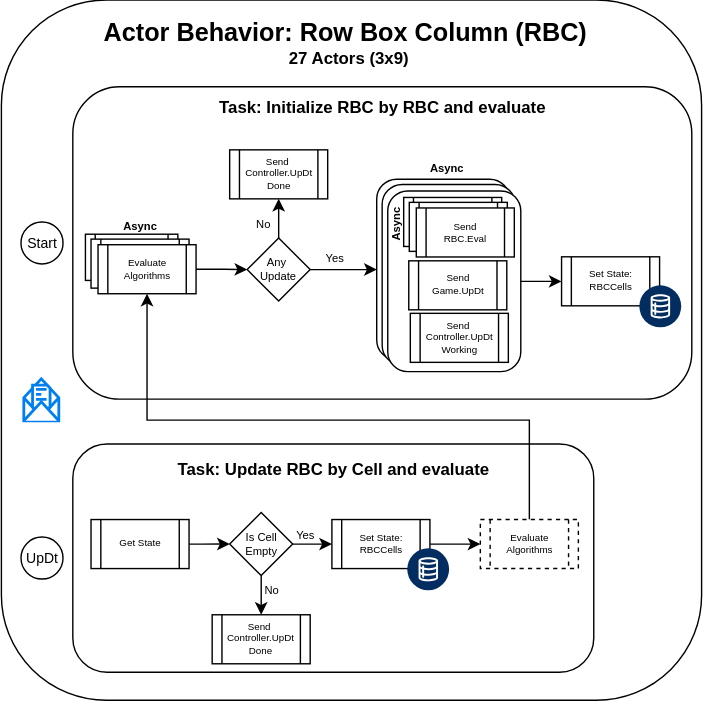
The draw.io diagram docs/diagrams/RBCActor.svg in sunlao/py_sudoku_solver, before a commit. Source tidied: cells renumbered, new cells last; positions are measured from the earlier drawing's top-left corner, leaving out a move shared by most shapes.
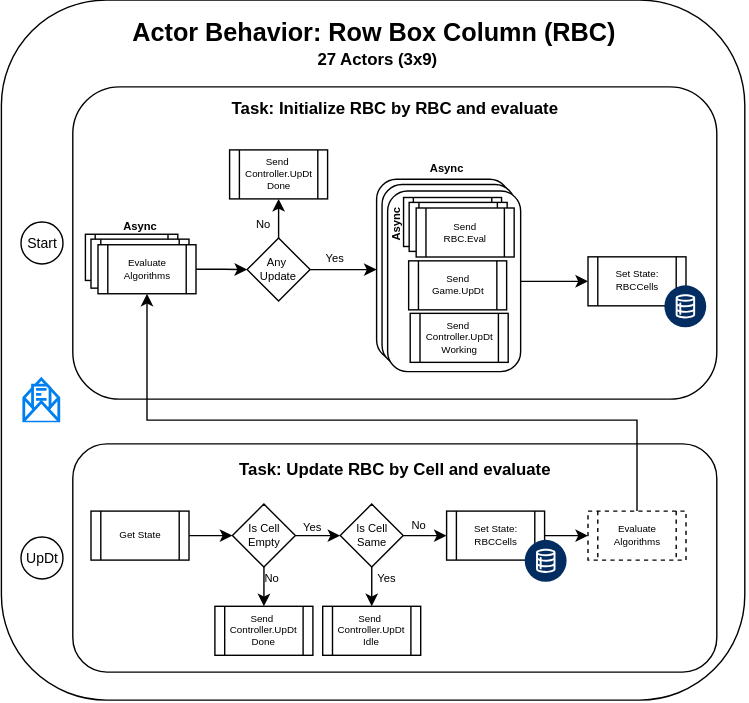
Later version of the same file.

The edit, as a diff of the source:
```diff
@@ -3,13 +3,13 @@
     <mxCell id="0" />
     <mxCell id="1" parent="0" />
     <mxCell id="2" style="rounded=1;whiteSpace=wrap;html=1;" parent="1" vertex="1">
-      <mxGeometry width="500" height="500" as="geometry" />
+      <mxGeometry width="531" height="500" as="geometry" />
     </mxCell>
     <mxCell id="3" style="rounded=1;whiteSpace=wrap;html=1;" parent="1" vertex="1">
-      <mxGeometry x="51" y="317" width="372" height="163" as="geometry" />
+      <mxGeometry x="51" y="317" width="460" height="163" as="geometry" />
     </mxCell>
     <mxCell id="4" style="rounded=1;whiteSpace=wrap;html=1;" parent="1" vertex="1">
-      <mxGeometry x="51" y="62" width="442" height="223" as="geometry" />
+      <mxGeometry x="51" y="62" width="460" height="223" as="geometry" />
     </mxCell>
     <mxCell id="5" style="rounded=1;whiteSpace=wrap;html=1;" parent="1" vertex="1">
       <mxGeometry x="268" y="128" width="95" height="129" as="geometry" />
@@ -48,13 +48,13 @@
       <mxGeometry x="272" y="154" width="20" height="12.5" as="geometry" />
     </mxCell>
     <mxCell id="17" value="Set State:&lt;div&gt;&lt;span style=&quot;background-color: transparent; color: light-dark(rgb(0, 0, 0), rgb(255, 255, 255));&quot;&gt;RBCCells&lt;/span&gt;&lt;/div&gt;" style="shape=process;whiteSpace=wrap;html=1;backgroundOutline=1;fontSize=7;" parent="1" vertex="1">
-      <mxGeometry x="400" y="183.4" width="70" height="35" as="geometry" />
+      <mxGeometry x="419" y="183.4" width="70" height="35" as="geometry" />
     </mxCell>
     <mxCell id="18" value="Send&amp;nbsp;&lt;div&gt;Controller.UpDt&lt;/div&gt;&lt;div&gt;Done&lt;/div&gt;" style="shape=process;whiteSpace=wrap;html=1;backgroundOutline=1;fontSize=7;" parent="1" vertex="1">
       <mxGeometry x="163" y="107" width="70" height="35" as="geometry" />
     </mxCell>
     <mxCell id="19" style="verticalLabelPosition=bottom;html=1;shape=mxgraph.salesforce.data2;fillColorStyles=fillColor2,fillColor3;fillColor2=#032d60;fillColor3=#ffffff;fillColor=none;strokeColor=none;" parent="1" vertex="1">
-      <mxGeometry x="456" y="204.2" width="30" height="30" as="geometry" />
+      <mxGeometry x="474" y="204.2" width="30" height="30" as="geometry" />
     </mxCell>
     <mxCell id="20" value="Yes" style="text;html=1;whiteSpace=wrap;strokeColor=none;fillColor=none;align=center;verticalAlign=middle;rounded=0;fontSize=8;" parent="1" vertex="1">
       <mxGeometry x="228.6" y="178.5" width="20" height="12.5" as="geometry" />
@@ -63,10 +63,10 @@
       <mxGeometry x="177.6" y="154" width="20" height="12.5" as="geometry" />
     </mxCell>
     <mxCell id="22" value="Actor Behavior: Row Box Column (RBC)&amp;nbsp;" style="text;html=1;whiteSpace=wrap;strokeColor=none;fillColor=none;align=center;verticalAlign=middle;rounded=0;fontStyle=1;fontSize=18;" parent="1" vertex="1">
-      <mxGeometry x="3" y="10" width="490" height="27" as="geometry" />
+      <mxGeometry x="3" y="10" width="531" height="27" as="geometry" />
     </mxCell>
     <mxCell id="23" value="27 Actors (3x9)" style="text;html=1;whiteSpace=wrap;strokeColor=none;fillColor=none;align=center;verticalAlign=middle;rounded=0;fontStyle=1;fontSize=12;" parent="1" vertex="1">
-      <mxGeometry x="3" y="29" width="490" height="27" as="geometry" />
+      <mxGeometry x="3" y="29" width="531" height="27" as="geometry" />
     </mxCell>
     <mxCell id="24" value="Async" style="text;html=1;whiteSpace=wrap;strokeColor=none;fillColor=none;align=center;verticalAlign=middle;rounded=0;fontSize=8;fontStyle=1;" parent="1" vertex="1">
       <mxGeometry x="89" y="155.5" width="20" height="12.5" as="geometry" />
@@ -98,25 +98,25 @@
     <mxCell id="33" value="UpDt" style="ellipse;whiteSpace=wrap;html=1;fontSize=10;" parent="1" vertex="1">
       <mxGeometry x="14" y="383.5" width="30" height="30" as="geometry" />
     </mxCell>
-    <mxCell id="34" style="edgeStyle=orthogonalEdgeStyle;rounded=0;jettySize=auto;html=1;" parent="1" edge="1" source="36" target="41">
+    <mxCell id="34" style="edgeStyle=orthogonalEdgeStyle;rounded=0;jettySize=auto;html=1;" parent="1" edge="1" source="51" target="41">
       <mxGeometry relative="1" as="geometry" />
     </mxCell>
     <mxCell id="35" style="edgeStyle=orthogonalEdgeStyle;rounded=0;jettySize=auto;html=1;entryX=0.5;entryY=0;entryDx=0;entryDy=0;" parent="1" edge="1" source="36" target="42">
       <mxGeometry relative="1" as="geometry" />
     </mxCell>
     <mxCell id="36" value="Is Cell Empty" style="rhombus;whiteSpace=wrap;html=1;fontSize=8;" parent="1" vertex="1">
-      <mxGeometry x="163" y="366" width="45" height="45" as="geometry" />
+      <mxGeometry x="165" y="360" width="45" height="45" as="geometry" />
     </mxCell>
     <mxCell id="37" style="edgeStyle=orthogonalEdgeStyle;rounded=0;jettySize=auto;html=1;entryX=0;entryY=0.5;entryDx=0;entryDy=0;" parent="1" edge="1" source="38" target="36">
       <mxGeometry relative="1" as="geometry" />
     </mxCell>
     <mxCell id="38" value="Get State" style="shape=process;whiteSpace=wrap;html=1;backgroundOutline=1;fontSize=7;" parent="1" vertex="1">
-      <mxGeometry x="64" y="371" width="70" height="35" as="geometry" />
+      <mxGeometry x="64" y="365" width="70" height="35" as="geometry" />
     </mxCell>
     <mxCell id="39" style="edgeStyle=orthogonalEdgeStyle;rounded=0;jettySize=auto;html=1;exitX=0.5;exitY=0;exitDx=0;exitDy=0;" parent="1" edge="1" source="46" target="28">
       <mxGeometry relative="1" as="geometry">
         <Array as="points">
-          <mxPoint x="377" y="300" />
+          <mxPoint x="454" y="300" />
           <mxPoint x="104" y="300" />
         </Array>
       </mxGeometry>
@@ -125,28 +125,46 @@
       <mxGeometry relative="1" as="geometry" />
     </mxCell>
     <mxCell id="41" value="Set State:&lt;div&gt;&lt;span style=&quot;background-color: transparent; color: light-dark(rgb(0, 0, 0), rgb(255, 255, 255));&quot;&gt;RBCCells&lt;/span&gt;&lt;/div&gt;" style="shape=process;whiteSpace=wrap;html=1;backgroundOutline=1;fontSize=7;" parent="1" vertex="1">
-      <mxGeometry x="236" y="371" width="70" height="35" as="geometry" />
+      <mxGeometry x="318" y="365" width="70" height="35" as="geometry" />
     </mxCell>
     <mxCell id="42" value="Send&amp;nbsp;&lt;div&gt;Controller.UpDt&lt;/div&gt;&lt;div&gt;Done&lt;/div&gt;" style="shape=process;whiteSpace=wrap;html=1;backgroundOutline=1;fontSize=7;" parent="1" vertex="1">
-      <mxGeometry x="150.5" y="439" width="70" height="35" as="geometry" />
+      <mxGeometry x="152.5" y="433" width="70" height="35" as="geometry" />
     </mxCell>
     <mxCell id="43" value="No" style="text;html=1;whiteSpace=wrap;strokeColor=none;fillColor=none;align=center;verticalAlign=middle;rounded=0;fontSize=8;" parent="1" vertex="1">
-      <mxGeometry x="183.8" y="415" width="20" height="12.5" as="geometry" />
+      <mxGeometry x="183.8" y="407" width="20" height="12.5" as="geometry" />
     </mxCell>
     <mxCell id="44" value="Yes" style="text;html=1;whiteSpace=wrap;strokeColor=none;fillColor=none;align=center;verticalAlign=middle;rounded=0;fontSize=8;" parent="1" vertex="1">
-      <mxGeometry x="207" y="376.5" width="20" height="12.5" as="geometry" />
+      <mxGeometry x="212" y="370.5" width="20" height="12.5" as="geometry" />
     </mxCell>
     <mxCell id="45" style="verticalLabelPosition=bottom;html=1;shape=mxgraph.salesforce.data2;fillColorStyles=fillColor2,fillColor3;fillColor2=#032d60;fillColor3=#ffffff;fillColor=none;strokeColor=none;" parent="1" vertex="1">
-      <mxGeometry x="290.3" y="392" width="30" height="30" as="geometry" />
+      <mxGeometry x="374.3" y="386" width="30" height="30" as="geometry" />
     </mxCell>
     <mxCell id="46" value="Evaluate&lt;div&gt;Algorithms&lt;/div&gt;" style="shape=process;whiteSpace=wrap;html=1;backgroundOutline=1;fontSize=7;dashed=1;" parent="1" vertex="1">
-      <mxGeometry x="342" y="371" width="70" height="35" as="geometry" />
+      <mxGeometry x="419" y="365" width="70" height="35" as="geometry" />
     </mxCell>
     <mxCell id="47" value="Task: Update RBC by Cell and evaluate" style="text;html=1;whiteSpace=wrap;strokeColor=none;fillColor=none;align=center;verticalAlign=middle;rounded=0;fontStyle=1;" parent="1" vertex="1">
-      <mxGeometry x="51" y="320" width="372" height="30" as="geometry" />
+      <mxGeometry x="51" y="320" width="460" height="30" as="geometry" />
     </mxCell>
     <mxCell id="48" value="Task: Initialize RBC by RBC and evaluate" style="text;html=1;whiteSpace=wrap;strokeColor=none;fillColor=none;align=center;verticalAlign=middle;rounded=0;fontStyle=1;" parent="1" vertex="1">
-      <mxGeometry x="51" y="62" width="442" height="30" as="geometry" />
+      <mxGeometry x="51" y="62" width="460" height="30" as="geometry" />
     </mxCell>
+    <mxCell id="49" style="edgeStyle=orthogonalEdgeStyle;rounded=0;jettySize=auto;html=1;" parent="1" edge="1" source="36" target="51">
+      <mxGeometry relative="1" as="geometry" />
+    </mxCell>
+    <mxCell id="50" style="edgeStyle=orthogonalEdgeStyle;rounded=0;jettySize=auto;html=1;" parent="1" edge="1" source="51" target="52">
+      <mxGeometry relative="1" as="geometry" />
+    </mxCell>
+    <mxCell id="51" value="Is Cell Same" style="rhombus;whiteSpace=wrap;html=1;fontSize=8;" parent="1" vertex="1">
+      <mxGeometry x="242" y="360" width="45" height="45" as="geometry" />
+    </mxCell>
+    <mxCell id="52" value="Send&amp;nbsp;&lt;div&gt;Controller.UpDt&lt;/div&gt;&lt;div&gt;Idle&lt;/div&gt;" style="shape=process;whiteSpace=wrap;html=1;backgroundOutline=1;fontSize=7;" parent="1" vertex="1">
+      <mxGeometry x="229.5" y="433" width="70" height="35" as="geometry" />
+    </mxCell>
+    <mxCell id="53" value="No" style="text;html=1;whiteSpace=wrap;strokeColor=none;fillColor=none;align=center;verticalAlign=middle;rounded=0;fontSize=8;" parent="1" vertex="1">
+      <mxGeometry x="288" y="369.5" width="20" height="12.5" as="geometry" />
+    </mxCell>
+    <mxCell id="54" value="Yes" style="text;html=1;whiteSpace=wrap;strokeColor=none;fillColor=none;align=center;verticalAlign=middle;rounded=0;fontSize=8;" parent="1" vertex="1">
+      <mxGeometry x="265" y="407" width="20" height="12.5" as="geometry" />
+    </mxCell>
   </root>
 </mxGraphModel>
```
